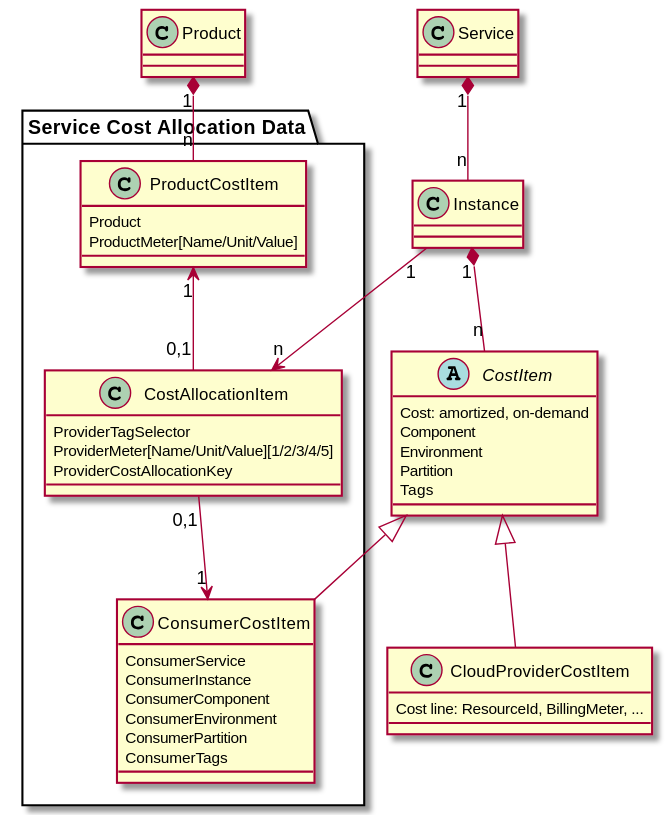
Above: puml/cost-allocation-model.svg in AmadeusITGroup/cloud-cost-allocation (PlantUML), before the change. Source of this version:
```plantuml
@startuml

class Product

class Service

class Instance
Instance "n" -up-* "1" Service

abstract CostItem {
Cost: amortized, on-demand
Component
Environment
Partition
Tags
}
Instance "1" *-- "n" CostItem

package "Service Cost Allocation Data" as CostAllocationCSV {

class CostAllocationItem {
ProviderTagSelector
ProviderMeter[Name/Unit/Value][1/2/3/4/5]
ProviderCostAllocationKey
}

class ProductCostItem {
Product
ProductMeter[Name/Unit/Value]
}

class ConsumerCostItem {
ConsumerService
ConsumerInstance
ConsumerComponent
ConsumerEnvironment
ConsumerPartition
ConsumerTags
}
}
Instance "1"--> "n" CostAllocationItem

ConsumerCostItem =up=|> CostItem
CostAllocationItem "0,1" --> "1" ConsumerCostItem

ProductCostItem "1" <-down- "0,1" CostAllocationItem
ProductCostItem "n"-up-* "1" Product

class CloudProviderCostItem {
Cost line: ResourceId, BillingMeter, ...
}
CloudProviderCostItem =up=|> CostItem

@enduml
```
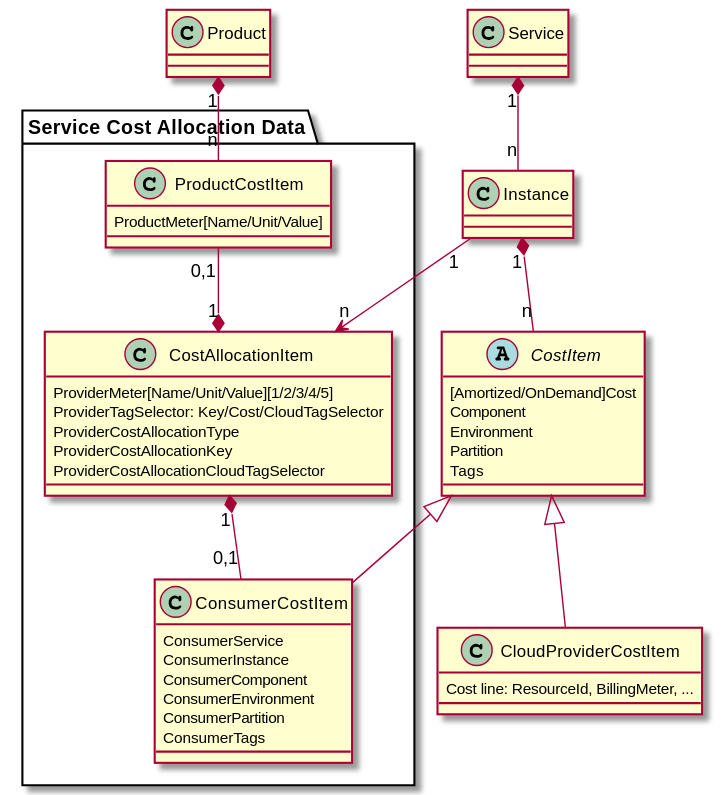
Above is the later version.

Change to the diagram source:
```diff
@@ -8,7 +8,7 @@
 Instance "n" -up-* "1" Service
 
 abstract CostItem {
-Cost: amortized, on-demand
+[Amortized/OnDemand]Cost
 Component
 Environment
 Partition
@@ -19,13 +19,14 @@
 package "Service Cost Allocation Data" as CostAllocationCSV {
 
 class CostAllocationItem {
-ProviderTagSelector
 ProviderMeter[Name/Unit/Value][1/2/3/4/5]
+ProviderTagSelector: Key/Cost/CloudTagSelector
+ProviderCostAllocationType
 ProviderCostAllocationKey
+ProviderCostAllocationCloudTagSelector
 }
 
 class ProductCostItem {
-Product
 ProductMeter[Name/Unit/Value]
 }
 
@@ -41,9 +42,9 @@
 Instance "1"--> "n" CostAllocationItem
 
 ConsumerCostItem =up=|> CostItem
-CostAllocationItem "0,1" --> "1" ConsumerCostItem
+CostAllocationItem "1" *-down- "0,1" ConsumerCostItem
 
-ProductCostItem "1" <-down- "0,1" CostAllocationItem
+ProductCostItem "0,1" -down-* "1" CostAllocationItem
 ProductCostItem "n"-up-* "1" Product
 
 class CloudProviderCostItem {
```
